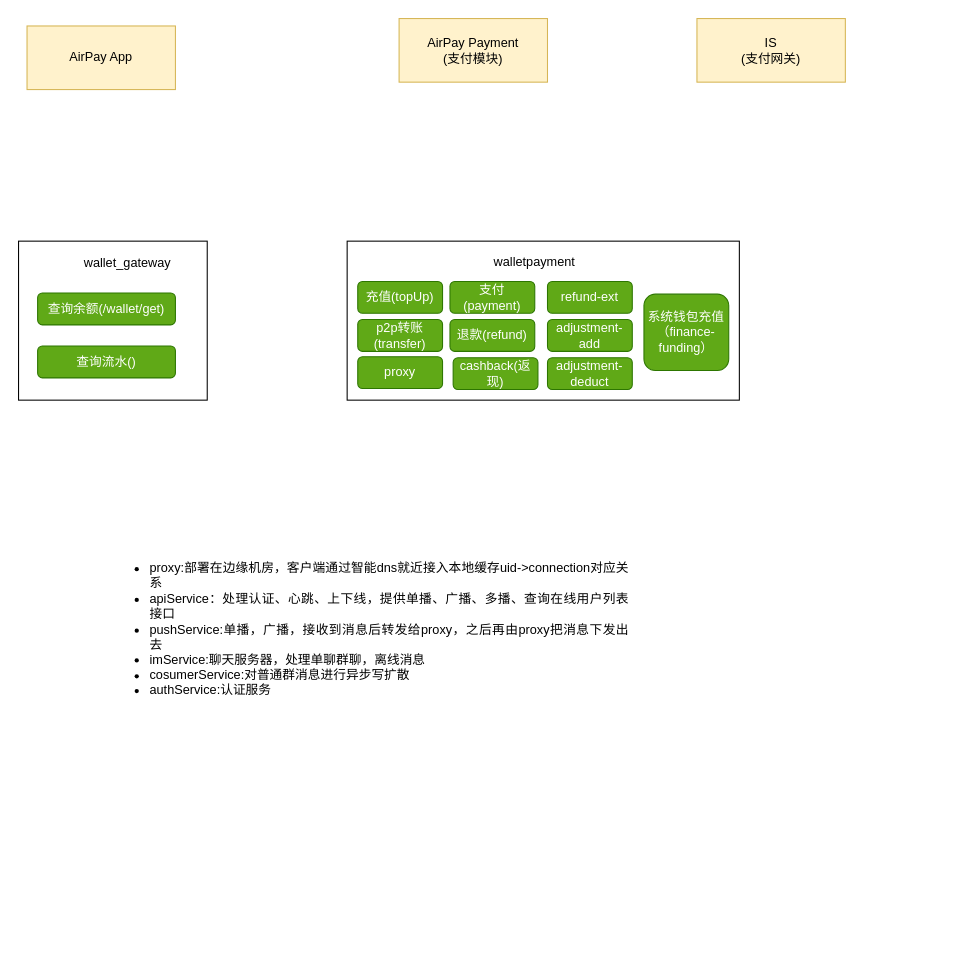
Earlier version of the draw.io diagram arch/wallet/arch.drawio (zhangchuhu/drawio). Source tidied: cells renumbered, new cells numbered last; positions are measured from the earlier drawing's top-left corner, leaving out a move shared by most shapes. Both pictures are drawn from the tidied source at 106%, with x=0, y=0 at pixel (18, 18).
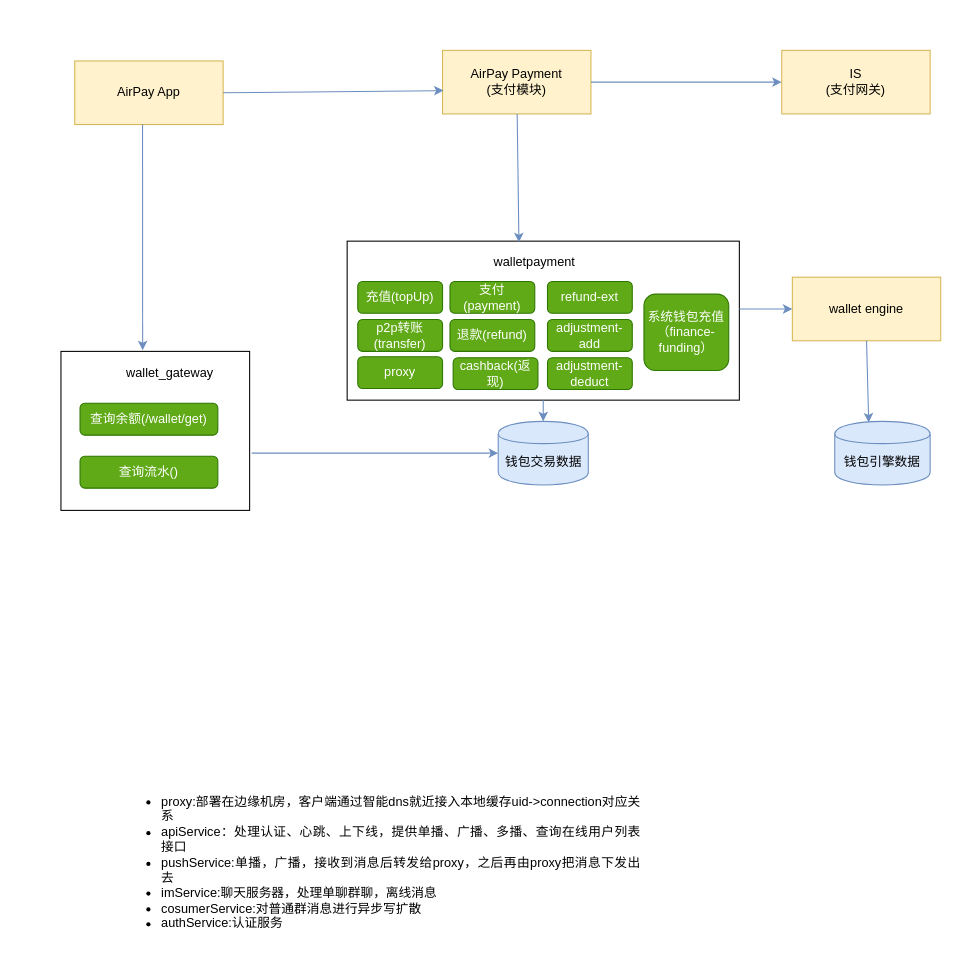
The same page after the edit.

The change refers to these unchanged cells:
```xml
<mxCell id="2" style="rounded=0;whiteSpace=wrap;html=1;" parent="1" vertex="1">
  <mxGeometry x="310" y="210" width="370" height="150" as="geometry" />
</mxCell>
```

The edit, as a diff of the source:
```diff
@@
     <mxCell id="6" value="AirPay App" style="rounded=0;whiteSpace=wrap;html=1;fillColor=#fff2cc;strokeColor=#d6b656;" parent="1" vertex="1">
-      <mxGeometry x="8" y="7" width="140" height="60" as="geometry" />
+      <mxGeometry x="53" y="40" width="140" height="60" as="geometry" />
     </mxCell>
@@
     <mxCell id="8" value="&lt;div style=&quot;text-align: justify&quot;&gt;&lt;ul&gt;&lt;li&gt;&lt;span style=&quot;font-weight: normal&quot;&gt;&lt;font style=&quot;font-size: 12px&quot;&gt;proxy:部署在边缘机房，客户端通过智能dns就近接入本地缓存uid-&amp;gt;connection对应关系&lt;/font&gt;&lt;/span&gt;&lt;/li&gt;&lt;li&gt;&lt;span&gt;apiService：处理认证、心跳、上下线，提供单播、广播、多播、查询在线用户列表接口&lt;/span&gt;&lt;/li&gt;&lt;li&gt;&lt;span&gt;pushService:单播，广播，接收到消息后转发给proxy，之后再由proxy把消息下发出去&lt;/span&gt;&lt;/li&gt;&lt;li&gt;imService:聊天服务器，处理单聊群聊，离线消息&lt;/li&gt;&lt;li&gt;cosumerService:对普通群消息进行异步写扩散&lt;/li&gt;&lt;li&gt;&lt;span&gt;authService:认证服务&lt;/span&gt;&lt;/li&gt;&lt;/ul&gt;&lt;/div&gt;&lt;div style=&quot;text-align: justify&quot;&gt;&lt;span style=&quot;font-weight: normal&quot;&gt;&lt;font style=&quot;font-size: 12px&quot;&gt;&lt;br&gt;&lt;/font&gt;&lt;/span&gt;&lt;/div&gt;" style="text;html=1;strokeColor=none;fillColor=none;spacing=5;spacingTop=-20;whiteSpace=wrap;overflow=hidden;rounded=0;" parent="1" vertex="1">
-      <mxGeometry x="79" y="510" width="500" height="150" as="geometry" />
+      <mxGeometry x="90" y="730" width="500" height="150" as="geometry" />
     </mxCell>
@@
     <mxCell id="16" style="rounded=0;whiteSpace=wrap;html=1;" parent="1" vertex="1">
-      <mxGeometry y="210" width="178" height="150" as="geometry" />
+      <mxGeometry x="40" y="314" width="178" height="150" as="geometry" />
     </mxCell>
     <mxCell id="17" value="查询流水()" style="rounded=1;whiteSpace=wrap;html=1;fillColor=#60a917;strokeColor=#2D7600;fontColor=#ffffff;" parent="1" vertex="1">
-      <mxGeometry x="18" y="309" width="130" height="30" as="geometry" />
+      <mxGeometry x="58" y="413" width="130" height="30" as="geometry" />
     </mxCell>
     <mxCell id="18" value="wallet_gateway" style="text;html=1;strokeColor=none;fillColor=none;align=center;verticalAlign=middle;whiteSpace=wrap;rounded=0;" parent="1" vertex="1">
-      <mxGeometry x="38" y="221" width="130" height="20" as="geometry" />
+      <mxGeometry x="78" y="325" width="130" height="20" as="geometry" />
     </mxCell>
     <mxCell id="19" value="查询余额(/wallet/get)" style="rounded=1;whiteSpace=wrap;html=1;fillColor=#60a917;strokeColor=#2D7600;fontColor=#ffffff;" parent="1" vertex="1">
-      <mxGeometry x="18" y="259" width="130" height="30" as="geometry" />
+      <mxGeometry x="58" y="363" width="130" height="30" as="geometry" />
     </mxCell>
     <mxCell id="20" value="AirPay Payment&lt;br&gt;(支付模块)" style="rounded=0;whiteSpace=wrap;html=1;fillColor=#fff2cc;strokeColor=#d6b656;" parent="1" vertex="1">
-      <mxGeometry x="359" width="140" height="60" as="geometry" />
+      <mxGeometry x="400" y="30" width="140" height="60" as="geometry" />
     </mxCell>
     <mxCell id="21" value="IS&lt;br&gt;(支付网关)" style="rounded=0;whiteSpace=wrap;html=1;fillColor=#fff2cc;strokeColor=#d6b656;" parent="1" vertex="1">
-      <mxGeometry x="640" width="140" height="60" as="geometry" />
+      <mxGeometry x="720" y="30" width="140" height="60" as="geometry" />
     </mxCell>
+    <mxCell id="22" value="wallet engine" style="rounded=0;whiteSpace=wrap;html=1;fillColor=#fff2cc;strokeColor=#d6b656;" parent="1" vertex="1">
+      <mxGeometry x="730" y="244" width="140" height="60" as="geometry" />
+    </mxCell>
+    <mxCell id="23" value="钱包引擎数据" style="shape=cylinder;whiteSpace=wrap;html=1;boundedLbl=1;backgroundOutline=1;fillColor=#dae8fc;strokeColor=#6c8ebf;" parent="1" vertex="1">
+      <mxGeometry x="770" y="380" width="90" height="60" as="geometry" />
+    </mxCell>
+    <mxCell id="24" value="钱包交易数据" style="shape=cylinder;whiteSpace=wrap;html=1;boundedLbl=1;backgroundOutline=1;fillColor=#dae8fc;strokeColor=#6c8ebf;" parent="1" vertex="1">
+      <mxGeometry x="452.5" y="380" width="85" height="60" as="geometry" />
+    </mxCell>
+    <mxCell id="25" style="endArrow=classic;html=1;exitX=0.457;exitY=1;exitDx=0;exitDy=0;exitPerimeter=0;entryX=0.433;entryY=-0.007;entryDx=0;entryDy=0;entryPerimeter=0;fillColor=#dae8fc;strokeColor=#6c8ebf;" parent="1" edge="1" source="6" target="16">
+      <mxGeometry relative="1" as="geometry" />
+    </mxCell>
+    <mxCell id="26" style="endArrow=classic;html=1;exitX=1;exitY=0.5;exitDx=0;exitDy=0;entryX=0.007;entryY=0.633;entryDx=0;entryDy=0;entryPerimeter=0;fillColor=#dae8fc;strokeColor=#6c8ebf;" parent="1" edge="1" source="6" target="20">
+      <mxGeometry relative="1" as="geometry" />
+    </mxCell>
+    <mxCell id="27" style="endArrow=classic;html=1;exitX=1;exitY=0.5;exitDx=0;exitDy=0;entryX=0;entryY=0.5;entryDx=0;entryDy=0;fillColor=#dae8fc;strokeColor=#6c8ebf;" parent="1" edge="1" source="20" target="21">
+      <mxGeometry relative="1" as="geometry" />
+    </mxCell>
+    <mxCell id="28" style="endArrow=classic;html=1;entryX=0.438;entryY=0.007;entryDx=0;entryDy=0;entryPerimeter=0;fillColor=#dae8fc;strokeColor=#6c8ebf;" parent="1" edge="1" source="20" target="2">
+      <mxGeometry relative="1" as="geometry" />
+    </mxCell>
+    <mxCell id="29" style="endArrow=classic;html=1;entryX=0;entryY=0.5;entryDx=0;entryDy=0;fillColor=#dae8fc;strokeColor=#6c8ebf;" parent="1" edge="1" target="22">
+      <mxGeometry relative="1" as="geometry">
+        <mxPoint x="680" y="274" as="sourcePoint" />
+      </mxGeometry>
+    </mxCell>
+    <mxCell id="30" style="endArrow=classic;html=1;exitX=0.5;exitY=1;exitDx=0;exitDy=0;entryX=0.356;entryY=0.017;entryDx=0;entryDy=0;entryPerimeter=0;fillColor=#dae8fc;strokeColor=#6c8ebf;" parent="1" edge="1" source="22" target="23">
+      <mxGeometry relative="1" as="geometry" />
+    </mxCell>
+    <mxCell id="31" style="endArrow=classic;html=1;entryX=0;entryY=0.5;entryDx=0;entryDy=0;fillColor=#dae8fc;strokeColor=#6c8ebf;" parent="1" edge="1" target="24">
+      <mxGeometry relative="1" as="geometry">
+        <mxPoint x="220" y="410" as="sourcePoint" />
+      </mxGeometry>
+    </mxCell>
+    <mxCell id="32" style="endArrow=classic;html=1;entryX=0.5;entryY=0;entryDx=0;entryDy=0;fillColor=#dae8fc;strokeColor=#6c8ebf;" parent="1" edge="1" target="24">
+      <mxGeometry relative="1" as="geometry">
+        <mxPoint x="495" y="360" as="sourcePoint" />
+      </mxGeometry>
+    </mxCell>
```
